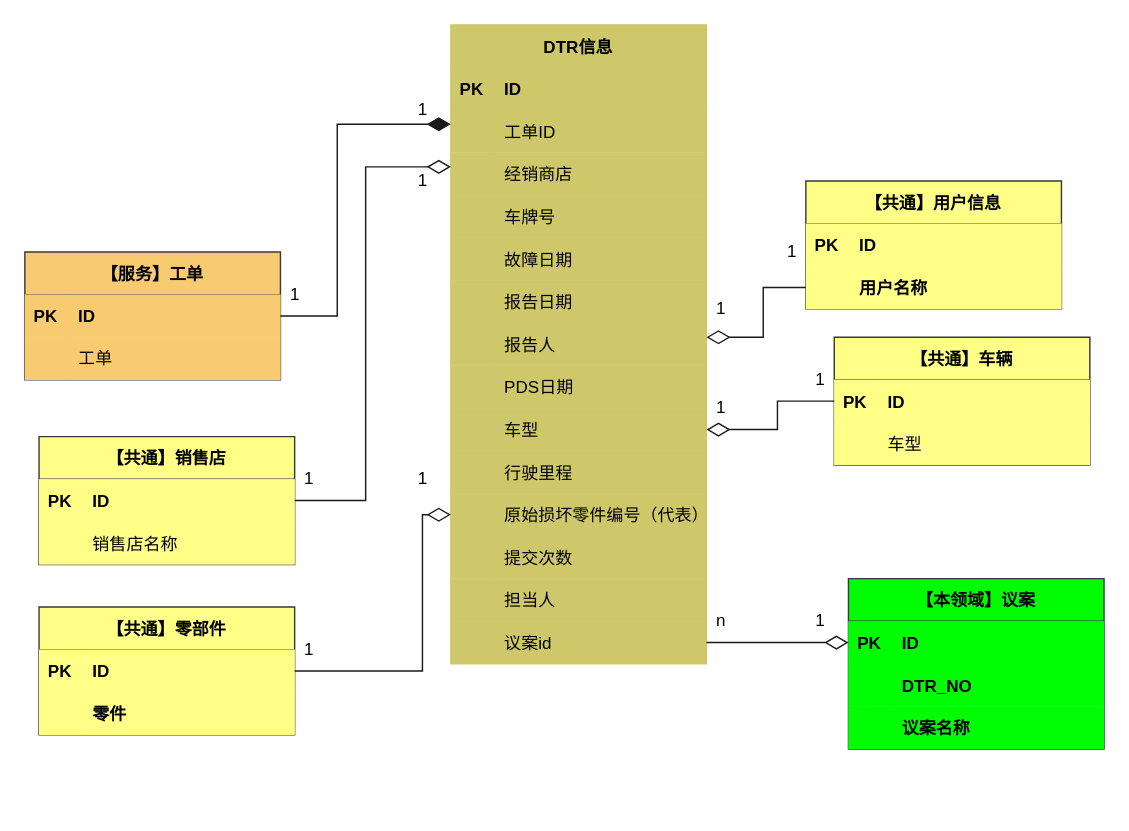
Earlier version of the draw.io diagram page "DTR聚合根" (6 of 7) of images/DTR时序图.drawio (1132489442/designer). Source tidied: cells renumbered, new cells numbered last; positions are measured from the earlier drawing's top-left corner, leaving out a move shared by most shapes. Both pictures are drawn from the tidied source at 142%, with x=0, y=0 at pixel (24, 24).
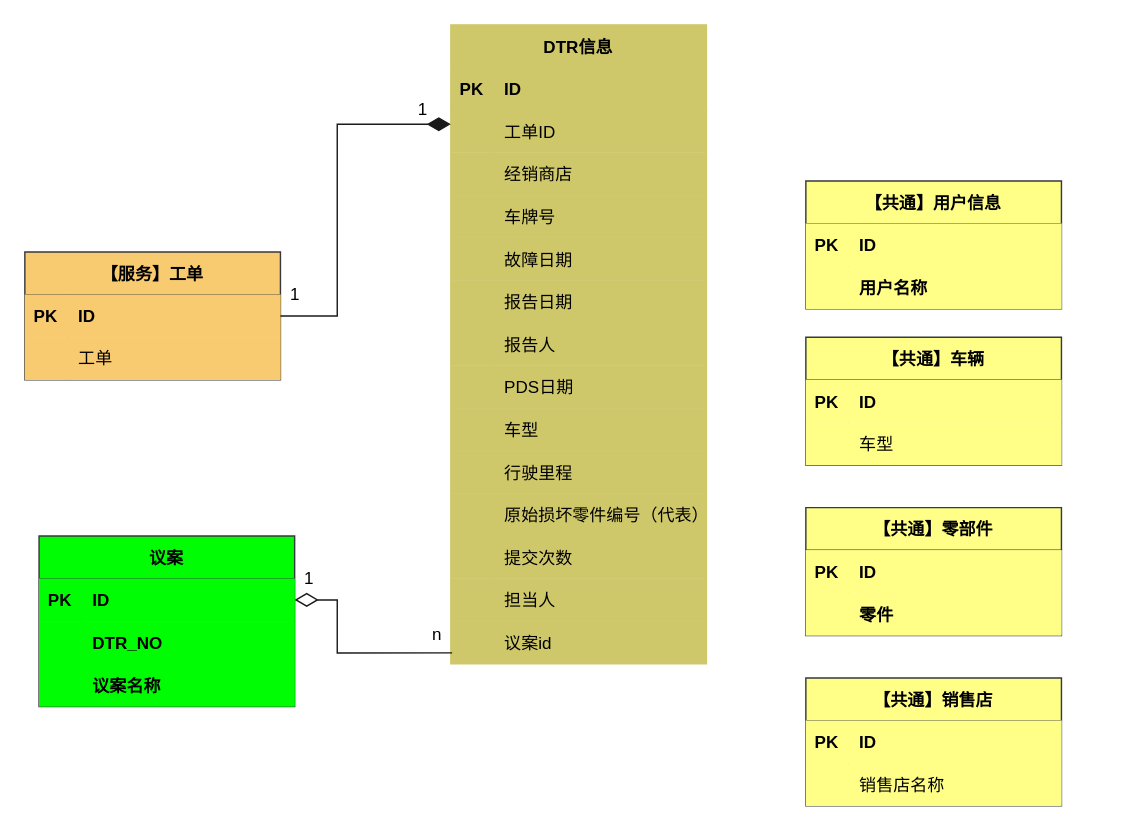
The same page after the edit.

Unchanged cells that the change refers to:
```xml
<mxCell id="17" style="shape=partialRectangle;fillColor=#ffff88;top=0;left=0;bottom=0;right=0;points=[[0,0.5],[1,0.5]];portConstraint=eastwest;strokeColor=#36393d;swimlaneLine=1;shadow=0;labelBorderColor=none;labelBackgroundColor=none;" parent="16" vertex="1">
  <mxGeometry y="30" width="180" height="30" as="geometry" />
</mxCell>
<mxCell id="24" style="shape=partialRectangle;fillColor=#ffff88;top=0;left=0;bottom=0;right=0;points=[[0,0.5],[1,0.5]];portConstraint=eastwest;strokeColor=#36393d;swimlaneLine=1;shadow=0;labelBorderColor=none;labelBackgroundColor=none;" parent="23" vertex="1">
  <mxGeometry y="30" width="180" height="30" as="geometry" />
</mxCell>
<mxCell id="37" style="shape=partialRectangle;fillColor=#CFC86B;top=0;left=0;bottom=0;right=0;points=[[0,0.5],[1,0.5]];portConstraint=eastwest;strokeColor=#CFC86B;spacingTop=0;fontStyle=0;perimeterSpacing=0;swimlaneLine=1;sketch=0;shadow=0;labelBorderColor=none;labelBackgroundColor=none;" parent="30" vertex="1">
  <mxGeometry y="90" width="180" height="30" as="geometry" />
</mxCell>
<mxCell id="55" style="shape=partialRectangle;fillColor=#CFC86B;top=0;left=0;bottom=0;right=0;points=[[0,0.5],[1,0.5]];portConstraint=eastwest;strokeColor=#CFC86B;spacingTop=0;fontStyle=0;perimeterSpacing=0;swimlaneLine=1;sketch=0;shadow=0;labelBorderColor=none;labelBackgroundColor=none;" parent="30" vertex="1">
  <mxGeometry y="270" width="180" height="30" as="geometry" />
</mxCell>
<mxCell id="61" style="shape=partialRectangle;fillColor=#CFC86B;top=0;left=0;bottom=0;right=0;points=[[0,0.5],[1,0.5]];portConstraint=eastwest;strokeColor=#CFC86B;spacingTop=0;fontStyle=0;perimeterSpacing=0;swimlaneLine=1;sketch=0;shadow=0;labelBorderColor=none;labelBackgroundColor=none;" parent="30" vertex="1">
  <mxGeometry y="330" width="180" height="30" as="geometry" />
</mxCell>
<mxCell id="70" style="shape=partialRectangle;fillColor=#CFC86B;top=0;left=0;bottom=0;right=0;points=[[0,0.5],[1,0.5]];portConstraint=eastwest;strokeColor=#CFC86B;spacingTop=0;fontStyle=0;perimeterSpacing=0;swimlaneLine=1;sketch=0;shadow=0;labelBorderColor=none;labelBackgroundColor=none;" parent="30" vertex="1">
  <mxGeometry y="420" width="180" height="30" as="geometry" />
</mxCell>
<mxCell id="81" style="shape=partialRectangle;fillColor=#ffff88;top=0;left=0;bottom=0;right=0;points=[[0,0.5],[1,0.5]];portConstraint=eastwest;strokeColor=#36393d;swimlaneLine=1;shadow=0;labelBorderColor=none;labelBackgroundColor=none;" parent="77" vertex="1">
  <mxGeometry y="60" width="180" height="30" as="geometry" />
</mxCell>
<mxCell id="86" style="shape=partialRectangle;fillColor=#00FD04;top=0;left=0;bottom=0;right=0;points=[[0,0.5],[1,0.5]];portConstraint=eastwest;strokeColor=#36393d;swimlaneLine=1;shadow=0;labelBorderColor=none;labelBackgroundColor=none;" parent="85" vertex="1">
  <mxGeometry y="30" width="180" height="30" as="geometry" />
</mxCell>
```

Change to the diagram source:
```diff
@@
     <mxCell id="9" value="【共通】销售店" style="shape=table;startSize=30;childLayout=tableLayout;rowLines=0;fontStyle=1;align=center;fillColor=#ffff88;strokeColor=#36393d;swimlaneLine=1;shadow=0;labelBorderColor=none;labelBackgroundColor=none;" parent="1" vertex="1">
-      <mxGeometry x="10" y="290" width="180" height="90" as="geometry" />
+      <mxGeometry x="550" y="460" width="180" height="90" as="geometry" />
     </mxCell>
@@
     <mxCell id="16" value="【共通】车辆" style="shape=table;startSize=30;childLayout=tableLayout;rowLines=0;fontStyle=1;align=center;fillColor=#ffff88;strokeColor=#36393d;swimlaneLine=1;shadow=0;labelBorderColor=none;labelBackgroundColor=none;" parent="1" vertex="1">
-      <mxGeometry x="570" y="220" width="180" height="90" as="geometry" />
+      <mxGeometry x="550" y="220" width="180" height="90" as="geometry" />
     </mxCell>
@@
     <mxCell id="23" value="【共通】零部件" style="shape=table;startSize=30;childLayout=tableLayout;rowLines=0;fontStyle=1;align=center;fillColor=#ffff88;strokeColor=#36393d;swimlaneLine=1;shadow=0;labelBorderColor=none;labelBackgroundColor=none;" parent="1" vertex="1">
-      <mxGeometry x="10" y="410" width="180" height="90" as="geometry" />
+      <mxGeometry x="550" y="340" width="180" height="90" as="geometry" />
     </mxCell>
@@
-    <mxCell id="74" style="endArrow=none;html=1;endSize=12;startArrow=diamondThin;startSize=14;startFill=0;edgeStyle=orthogonalEdgeStyle;align=left;verticalAlign=bottom;rounded=0;strokeColor=#1A1A1A;entryX=1;entryY=0.5;entryDx=0;entryDy=0;endFill=0;" parent="1" edge="1" source="37" target="9">
-      <mxGeometry x="-1" y="3" relative="1" as="geometry">
-        <Array as="points">
-          <mxPoint x="240" y="100" />
-          <mxPoint x="240" y="335" />
-        </Array>
-      </mxGeometry>
-    </mxCell>
-    <mxCell id="75" style="endArrow=none;html=1;endSize=12;startArrow=diamondThin;startSize=14;startFill=0;edgeStyle=orthogonalEdgeStyle;align=left;verticalAlign=bottom;rounded=0;strokeColor=#1A1A1A;entryX=0;entryY=0.5;entryDx=0;entryDy=0;exitX=1;exitY=0.5;exitDx=0;exitDy=0;endFill=0;" parent="1" edge="1" source="55" target="17">
-      <mxGeometry x="-1" y="3" relative="1" as="geometry">
-        <Array as="points">
-          <mxPoint x="530" y="285" />
-          <mxPoint x="530" y="265" />
-        </Array>
-      </mxGeometry>
-    </mxCell>
-    <mxCell id="76" style="endArrow=none;html=1;endSize=12;startArrow=diamondThin;startSize=14;startFill=0;edgeStyle=orthogonalEdgeStyle;align=left;verticalAlign=bottom;rounded=0;strokeColor=#1A1A1A;entryX=1;entryY=0.5;entryDx=0;entryDy=0;exitX=0;exitY=0.5;exitDx=0;exitDy=0;endFill=0;" parent="1" edge="1" source="61" target="24">
-      <mxGeometry x="-1" y="3" relative="1" as="geometry">
-        <Array as="points">
-          <mxPoint x="280" y="345" />
-          <mxPoint x="280" y="455" />
-        </Array>
-      </mxGeometry>
-    </mxCell>
@@
-    <mxCell id="84" style="endArrow=none;html=1;endSize=12;startArrow=diamondThin;startSize=14;startFill=0;edgeStyle=orthogonalEdgeStyle;align=left;verticalAlign=bottom;rounded=0;strokeColor=#1A1A1A;entryX=0;entryY=0.5;entryDx=0;entryDy=0;exitX=1;exitY=0.5;exitDx=0;exitDy=0;endFill=0;" parent="1" edge="1" target="81">
-      <mxGeometry x="-1" y="3" relative="1" as="geometry">
-        <mxPoint x="480" y="220" as="sourcePoint" />
-        <Array as="points">
-          <mxPoint x="520" y="220" />
-          <mxPoint x="520" y="185" />
-        </Array>
-      </mxGeometry>
-    </mxCell>
-    <mxCell id="85" value="【本领域】议案" style="shape=table;startSize=30;childLayout=tableLayout;rowLines=0;fontStyle=1;align=center;fillColor=#00FD04;strokeColor=#36393d;swimlaneLine=1;shadow=0;labelBorderColor=none;labelBackgroundColor=none;" parent="1" vertex="1">
-      <mxGeometry x="580" y="390" width="180" height="120" as="geometry" />
+    <mxCell id="85" value="议案" style="shape=table;startSize=30;childLayout=tableLayout;rowLines=0;fontStyle=1;align=center;fillColor=#00FD04;strokeColor=#36393d;swimlaneLine=1;shadow=0;labelBorderColor=none;labelBackgroundColor=none;" parent="1" vertex="1">
+      <mxGeometry x="10" y="360" width="180" height="120" as="geometry" />
     </mxCell>
@@
     <mxCell id="95" value="n" style="text;html=1;align=center;verticalAlign=middle;strokeColor=none;fillColor=none;" parent="1" vertex="1">
-      <mxGeometry x="480" y="410" width="20" height="20" as="geometry" />
+      <mxGeometry x="280" y="420" width="20" height="20" as="geometry" />
     </mxCell>
-    <mxCell id="96" value="1" style="text;html=1;align=center;verticalAlign=middle;strokeColor=none;fillColor=none;" parent="1" vertex="1">
-      <mxGeometry x="550" y="410" width="20" height="20" as="geometry" />
-    </mxCell>
-    <mxCell id="97" value="1" style="text;html=1;align=center;verticalAlign=middle;strokeColor=none;fillColor=none;" parent="1" vertex="1">
-      <mxGeometry x="480" y="260" width="20" height="20" as="geometry" />
-    </mxCell>
-    <mxCell id="98" value="1" style="text;html=1;align=center;verticalAlign=middle;strokeColor=none;fillColor=none;" parent="1" vertex="1">
-      <mxGeometry x="550" y="240" width="20" height="20" as="geometry" />
-    </mxCell>
-    <mxCell id="99" value="1" style="text;html=1;align=center;verticalAlign=middle;strokeColor=none;fillColor=none;" parent="1" vertex="1">
-      <mxGeometry x="480" y="190" width="20" height="20" as="geometry" />
-    </mxCell>
-    <mxCell id="100" value="1" style="text;html=1;align=center;verticalAlign=middle;strokeColor=none;fillColor=none;" parent="1" vertex="1">
-      <mxGeometry x="530" y="150" width="20" height="20" as="geometry" />
-    </mxCell>
-    <mxCell id="101" value="1" style="text;html=1;align=center;verticalAlign=middle;strokeColor=none;fillColor=none;" parent="1" vertex="1">
-      <mxGeometry x="190" y="430" width="20" height="20" as="geometry" />
-    </mxCell>
-    <mxCell id="102" value="1" style="text;html=1;align=center;verticalAlign=middle;strokeColor=none;fillColor=none;" parent="1" vertex="1">
-      <mxGeometry x="270" y="310" width="20" height="20" as="geometry" />
-    </mxCell>
-    <mxCell id="103" value="1" style="text;html=1;align=center;verticalAlign=middle;strokeColor=none;fillColor=none;" parent="1" vertex="1">
-      <mxGeometry x="190" y="310" width="20" height="20" as="geometry" />
-    </mxCell>
-    <mxCell id="104" value="1" style="text;html=1;align=center;verticalAlign=middle;strokeColor=none;fillColor=none;" parent="1" vertex="1">
-      <mxGeometry x="270" y="100" width="20" height="20" as="geometry" />
-    </mxCell>
@@
-    <mxCell id="107" style="endArrow=none;html=1;endSize=12;startArrow=diamondThin;startSize=14;startFill=0;edgeStyle=orthogonalEdgeStyle;align=left;verticalAlign=bottom;rounded=0;strokeColor=#1A1A1A;entryX=1;entryY=0.5;entryDx=0;entryDy=0;exitX=0;exitY=0.5;exitDx=0;exitDy=0;endFill=0;" parent="1" edge="1" source="86" target="70">
+    <mxCell id="107" style="endArrow=none;html=1;endSize=12;startArrow=diamondThin;startSize=14;startFill=0;edgeStyle=orthogonalEdgeStyle;align=left;verticalAlign=bottom;rounded=0;strokeColor=#1A1A1A;entryX=0.005;entryY=0.742;entryDx=0;entryDy=0;exitX=1;exitY=0.5;exitDx=0;exitDy=0;endFill=0;entryPerimeter=0;" parent="1" edge="1" source="86" target="70">
       <mxGeometry x="-1" y="3" relative="1" as="geometry">
         <Array as="points">
-          <mxPoint x="520" y="435" />
-          <mxPoint x="520" y="435" />
+          <mxPoint x="220" y="405" />
+          <mxPoint x="220" y="442" />
         </Array>
       </mxGeometry>
     </mxCell>
+    <mxCell id="108" value="1" style="text;html=1;align=center;verticalAlign=middle;strokeColor=none;fillColor=none;" parent="1" vertex="1">
+      <mxGeometry x="190" y="380" width="20" height="20" as="geometry" />
+    </mxCell>
```
